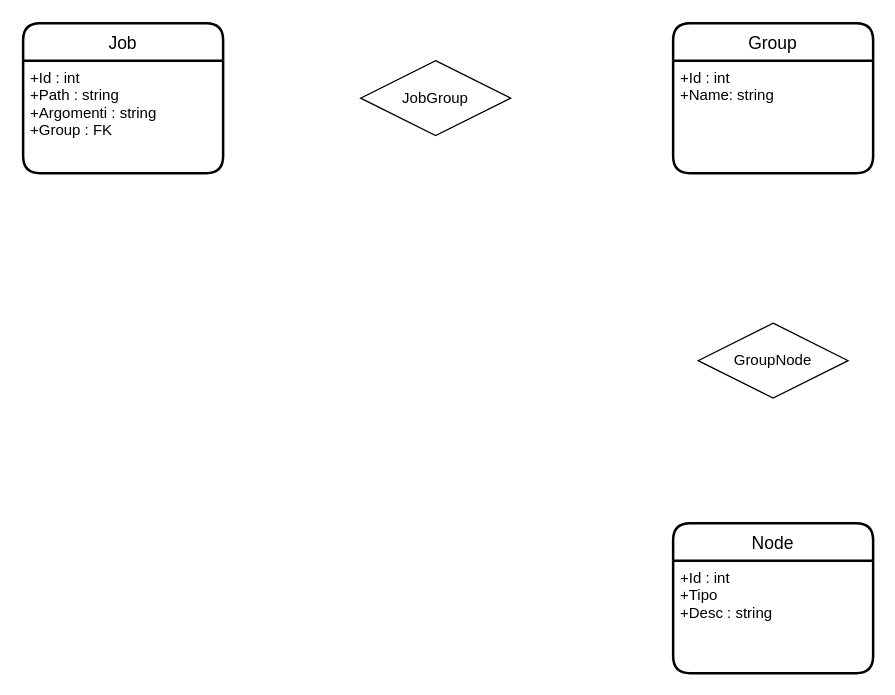
The draw.io diagram Docs/ER.drawio in ofalcone/JobScheduler, before the edit. Source tidied: cells renumbered, new cells numbered last; positions are measured from the earlier drawing's top-left corner, leaving out a move shared by most shapes. Both pictures are drawn from the tidied source at 125%, with x=0, y=0 at pixel (22, 22).
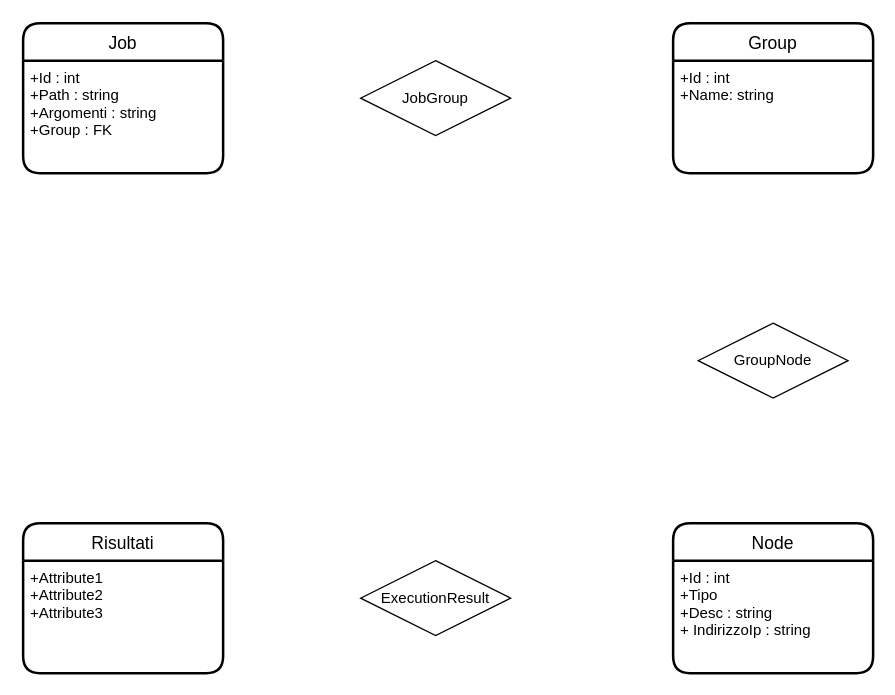
The same page after the edit.

What changed in the source:
```diff
@@
 <mxGraphModel>
   <root>
     <mxCell id="0" />
     <mxCell id="1" parent="0" />
     <mxCell id="2" value="Job" style="swimlane;horizontal=1;startSize=30;rounded=1;fontSize=14;fontStyle=0;strokeWidth=2;shadow=0;dashed=0;align=center;" parent="1" vertex="1">
       <mxGeometry width="160" height="120" as="geometry" />
     </mxCell>
     <mxCell id="3" value="+Id : int&#10;+Path : string&#10;+Argomenti : string&#10;+Group : FK" style="align=left;strokeColor=none;fillColor=none;spacingLeft=4;fontSize=12;verticalAlign=top;" parent="2" vertex="1">
       <mxGeometry y="30" width="160" height="90" as="geometry" />
     </mxCell>
     <mxCell id="4" value="Node" style="swimlane;horizontal=1;startSize=30;rounded=1;fontSize=14;fontStyle=0;strokeWidth=2;shadow=0;dashed=0;align=center;" parent="1" vertex="1">
       <mxGeometry x="520" y="400" width="160" height="120" as="geometry" />
     </mxCell>
-    <mxCell id="5" value="+Id : int&#10;+Tipo&#10;+Desc : string" style="align=left;strokeColor=none;fillColor=none;spacingLeft=4;fontSize=12;verticalAlign=top;" parent="4" vertex="1">
+    <mxCell id="5" value="+Id : int&#10;+Tipo&#10;+Desc : string&#10;+ IndirizzoIp : string" style="align=left;strokeColor=none;fillColor=none;spacingLeft=4;fontSize=12;verticalAlign=top;" parent="4" vertex="1">
       <mxGeometry y="30" width="160" height="90" as="geometry" />
     </mxCell>
     <mxCell id="6" value="Group" style="swimlane;horizontal=1;startSize=30;rounded=1;fontSize=14;fontStyle=0;strokeWidth=2;shadow=0;dashed=0;align=center;" parent="1" vertex="1">
       <mxGeometry x="520" width="160" height="120" as="geometry" />
     </mxCell>
     <mxCell id="7" value="+Id : int&#10;+Name: string&#10;" style="align=left;strokeColor=none;fillColor=none;spacingLeft=4;fontSize=12;verticalAlign=top;" parent="6" vertex="1">
       <mxGeometry y="30" width="160" height="90" as="geometry" />
     </mxCell>
     <mxCell id="8" value="JobGroup" style="shape=rhombus;perimeter=rhombusPerimeter;whiteSpace=wrap;html=1;align=center;" parent="1" vertex="1">
       <mxGeometry x="270" y="30" width="120" height="60" as="geometry" />
     </mxCell>
     <mxCell id="9" value="GroupNode" style="shape=rhombus;perimeter=rhombusPerimeter;whiteSpace=wrap;html=1;align=center;" parent="1" vertex="1">
       <mxGeometry x="540" y="240" width="120" height="60" as="geometry" />
     </mxCell>
+    <mxCell id="10" value="Risultati" style="swimlane;horizontal=1;startSize=30;rounded=1;fontSize=14;fontStyle=0;strokeWidth=2;shadow=0;dashed=0;align=center;" parent="1" vertex="1">
+      <mxGeometry y="400" width="160" height="120" as="geometry" />
+    </mxCell>
+    <mxCell id="11" value="+Attribute1&#10;+Attribute2&#10;+Attribute3" style="align=left;strokeColor=none;fillColor=none;spacingLeft=4;fontSize=12;verticalAlign=top;" parent="10" vertex="1">
+      <mxGeometry y="30" width="160" height="90" as="geometry" />
+    </mxCell>
+    <mxCell id="12" value="ExecutionResult" style="shape=rhombus;perimeter=rhombusPerimeter;whiteSpace=wrap;html=1;align=center;" parent="1" vertex="1">
+      <mxGeometry x="270" y="430" width="120" height="60" as="geometry" />
+    </mxCell>
   </root>
 </mxGraphModel>
```
